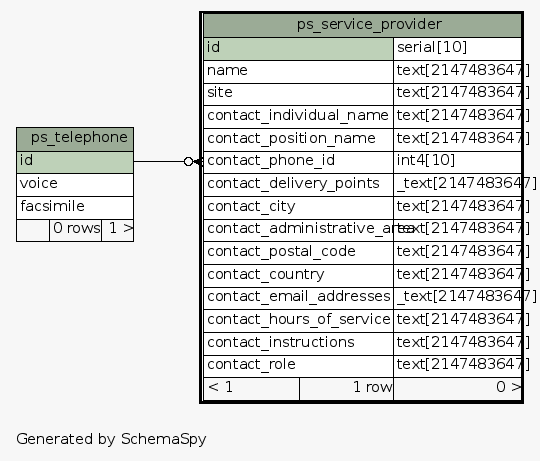
The Graphviz diagram manuals_and_examples/manuals/doc-petascope/dbschema/schema/diagrams/ps_service_provider.1degree.png in kalxas/rasdaman, before a commit. Its source is kept beside it as manuals_and_examples/manuals/doc-petascope/dbschema/schema/diagrams/ps_service_provider.1degree.dot.
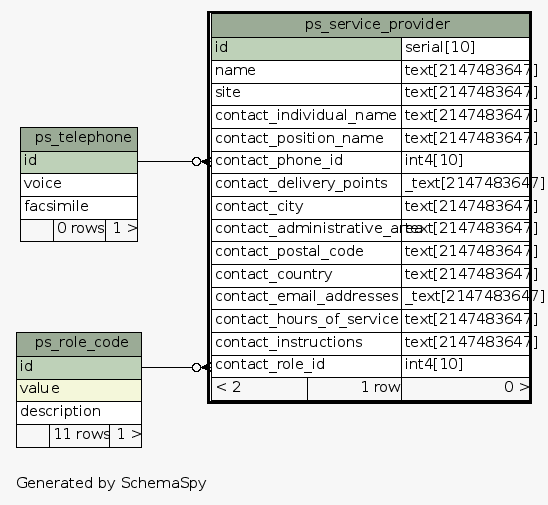
Above is the later version.

Change to the diagram source:
```diff
@@ -18,6 +18,19 @@
     arrowsize="0.8"
   ];
   "ps_service_provider":"contact_phone_id":w -> "ps_telephone":"id":e [arrowhead=none dir=back arrowtail=crowodot];
+  "ps_service_provider":"contact_role_id":w -> "ps_role_code":"id":e [arrowhead=none dir=back arrowtail=crowodot];
+  "ps_role_code" [
+    label=<
+    <TABLE BORDER="0" CELLBORDER="1" CELLSPACING="0" BGCOLOR="#ffffff">
+      <TR><TD COLSPAN="3" BGCOLOR="#9bab96" ALIGN="CENTER">ps_role_code</TD></TR>
+      <TR><TD PORT="id" COLSPAN="3" BGCOLOR="#bed1b8" ALIGN="LEFT">id</TD></TR>
+      <TR><TD PORT="value" COLSPAN="3" BGCOLOR="#f4f7da" ALIGN="LEFT">value</TD></TR>
+      <TR><TD PORT="description" COLSPAN="3" ALIGN="LEFT">description</TD></TR>
+      <TR><TD ALIGN="LEFT" BGCOLOR="#f7f7f7">  </TD><TD ALIGN="RIGHT" BGCOLOR="#f7f7f7">11 rows</TD><TD ALIGN="RIGHT" BGCOLOR="#f7f7f7">1 &gt;</TD></TR>
+    </TABLE>>
+    URL="ps_role_code.html"
+    tooltip="ps_role_code"
+  ];
   "ps_service_provider" [
     label=<
     <TABLE BORDER="2" CELLBORDER="1" CELLSPACING="0" BGCOLOR="#ffffff">
@@ -36,8 +49,8 @@
       <TR><TD PORT="contact_email_addresses" COLSPAN="2" ALIGN="LEFT">contact_email_addresses</TD><TD PORT="contact_email_addresses.type" ALIGN="LEFT">_text[2147483647]</TD></TR>
       <TR><TD PORT="contact_hours_of_service" COLSPAN="2" ALIGN="LEFT">contact_hours_of_service</TD><TD PORT="contact_hours_of_service.type" ALIGN="LEFT">text[2147483647]</TD></TR>
       <TR><TD PORT="contact_instructions" COLSPAN="2" ALIGN="LEFT">contact_instructions</TD><TD PORT="contact_instructions.type" ALIGN="LEFT">text[2147483647]</TD></TR>
-      <TR><TD PORT="contact_role" COLSPAN="2" ALIGN="LEFT">contact_role</TD><TD PORT="contact_role.type" ALIGN="LEFT">text[2147483647]</TD></TR>
-      <TR><TD ALIGN="LEFT" BGCOLOR="#f7f7f7">&lt; 1</TD><TD ALIGN="RIGHT" BGCOLOR="#f7f7f7">1 row</TD><TD ALIGN="RIGHT" BGCOLOR="#f7f7f7">0 &gt;</TD></TR>
+      <TR><TD PORT="contact_role_id" COLSPAN="2" ALIGN="LEFT">contact_role_id</TD><TD PORT="contact_role_id.type" ALIGN="LEFT">int4[10]</TD></TR>
+      <TR><TD ALIGN="LEFT" BGCOLOR="#f7f7f7">&lt; 2</TD><TD ALIGN="RIGHT" BGCOLOR="#f7f7f7">1 row</TD><TD ALIGN="RIGHT" BGCOLOR="#f7f7f7">0 &gt;</TD></TR>
     </TABLE>>
     URL="ps_service_provider.html"
     tooltip="ps_service_provider"
```
